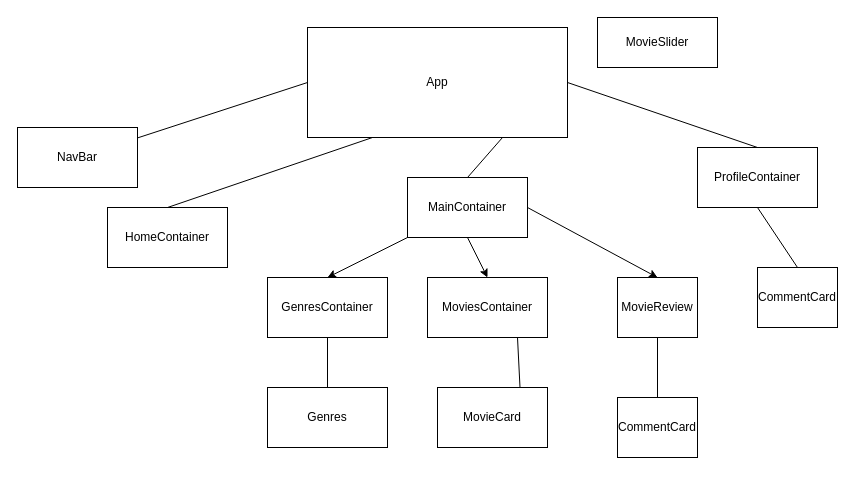
evandbeck/movie-reviews keeps this draw.io diagram as src/components/.drawio. Above is the earlier version. Source tidied: cells renumbered, new cells numbered last; positions are measured from the earlier drawing's top-left corner, leaving out a move shared by most shapes. Both pictures are drawn from the tidied source at 100%, with x=0, y=0 at pixel (17, 17).
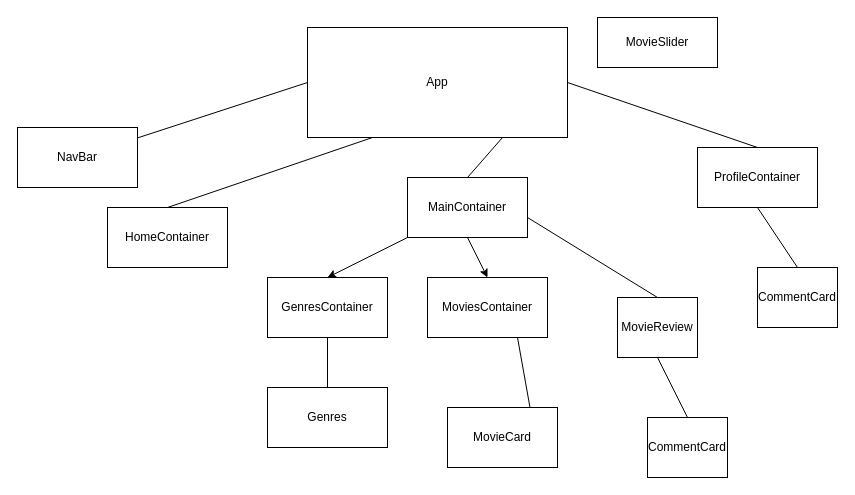
The same page after the edit.

The change refers to these unchanged cells:
```xml
<mxCell id="8" value="MainContainer" style="rounded=0;whiteSpace=wrap;html=1;" parent="1" vertex="1">
  <mxGeometry x="390" y="160" width="120" height="60" as="geometry" />
</mxCell>
```

Diff of the diagram source:
```diff
@@
-    <mxCell id="7" style="edgeStyle=none;html=1;exitX=1;exitY=0.5;exitDx=0;exitDy=0;entryX=0.5;entryY=0;entryDx=0;entryDy=0;" parent="1" edge="1" source="8" target="15">
-      <mxGeometry relative="1" as="geometry" />
-    </mxCell>
@@
     <mxCell id="15" value="MovieReview" style="rounded=0;whiteSpace=wrap;html=1;" parent="1" vertex="1">
-      <mxGeometry x="600" y="260" width="80" height="60" as="geometry" />
+      <mxGeometry x="600" y="280" width="80" height="60" as="geometry" />
     </mxCell>
     <mxCell id="16" value="MovieCard" style="rounded=0;whiteSpace=wrap;html=1;" parent="1" vertex="1">
-      <mxGeometry x="420" y="370" width="110" height="60" as="geometry" />
+      <mxGeometry x="430" y="390" width="110" height="60" as="geometry" />
     </mxCell>
@@
     <mxCell id="18" value="CommentCard" style="rounded=0;whiteSpace=wrap;html=1;" parent="1" vertex="1">
-      <mxGeometry x="600" y="380" width="80" height="60" as="geometry" />
+      <mxGeometry x="630" y="400" width="80" height="60" as="geometry" />
     </mxCell>
@@
+    <mxCell id="26" style="endArrow=none;html=1;entryX=0.5;entryY=0;entryDx=0;entryDy=0;" parent="1" edge="1" target="15">
+      <mxGeometry relative="1" as="geometry">
+        <mxPoint x="510" y="200" as="sourcePoint" />
+      </mxGeometry>
+    </mxCell>
```
